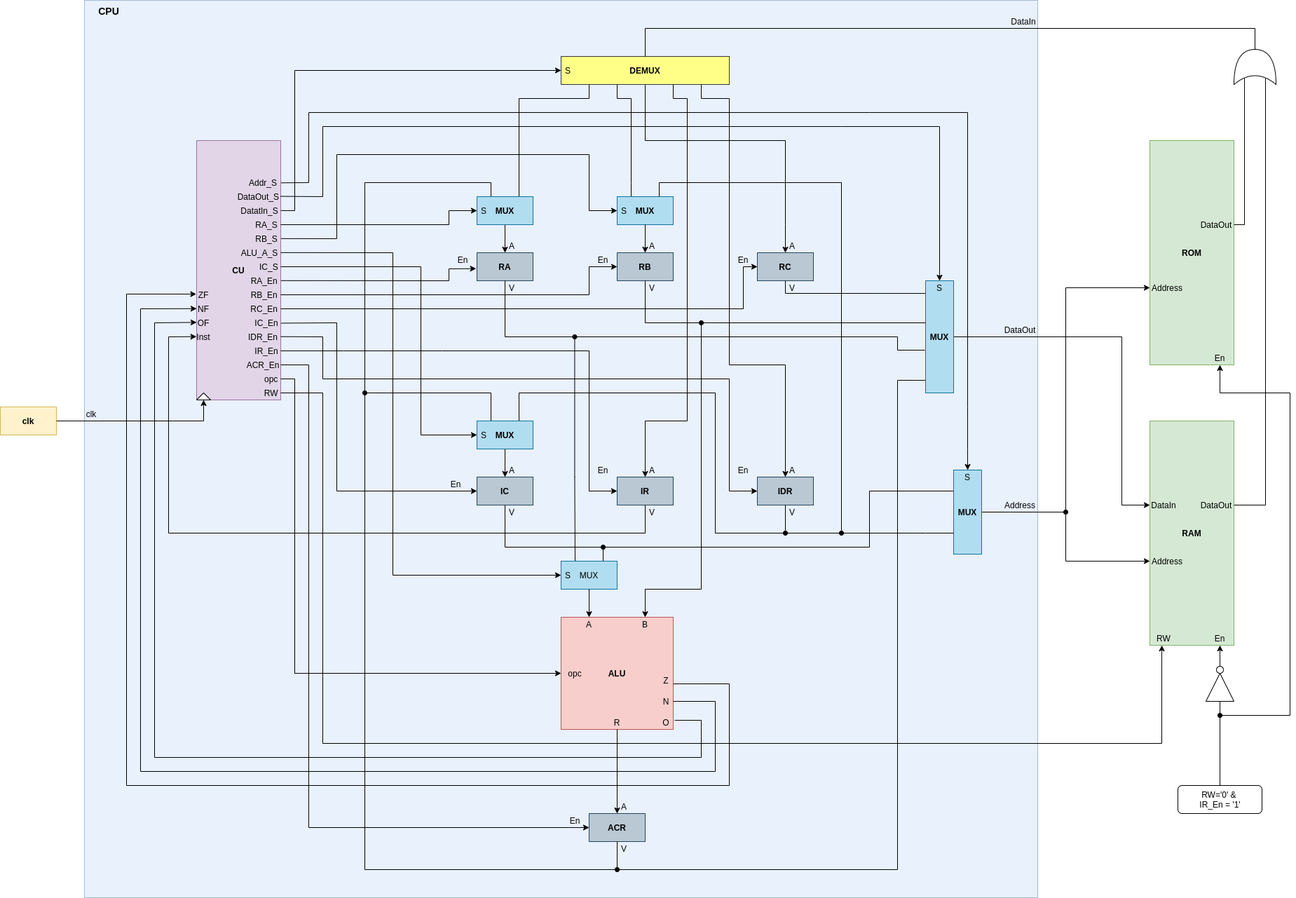
Above: other/cpu_schem.png in dma-neves/dcpu (draw.io), before the change. Source tidied: cells renumbered, new cells last; positions are measured from the earlier drawing's top-left corner, leaving out a move shared by most shapes.
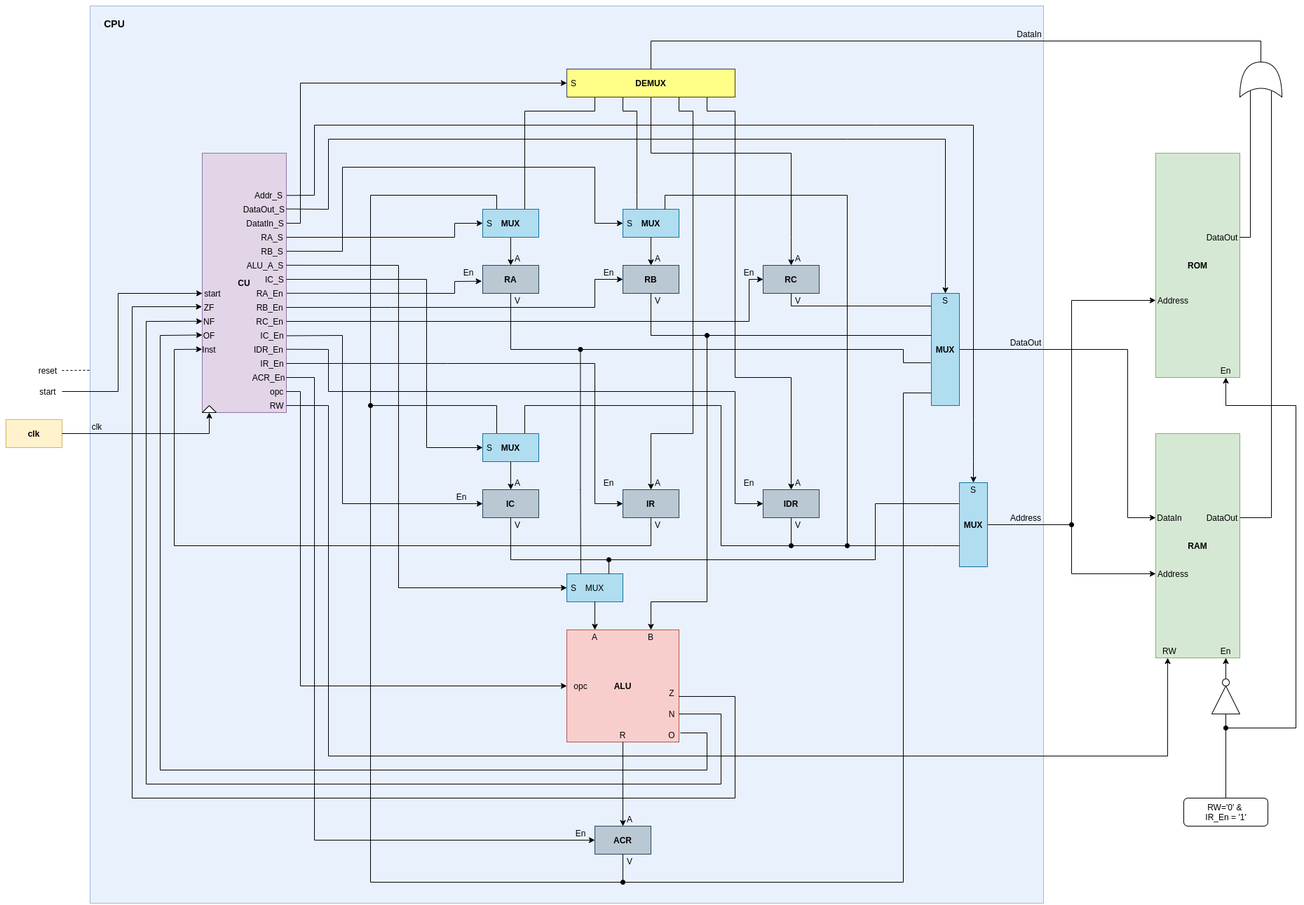
Later version of the same file.

Commit message:
Updated cpu schem

Diff of the diagram source:
```diff
@@ -3,7 +3,7 @@
     <mxCell id="0" />
     <mxCell id="1" parent="0" />
     <mxCell id="2" style="rounded=0;whiteSpace=wrap;html=1;fillColor=#dae8fc;strokeColor=#6c8ebf;opacity=60;" parent="1" vertex="1">
-      <mxGeometry x="120" width="1360" height="1280" as="geometry" />
+      <mxGeometry x="120" y="-10" width="1360" height="1280" as="geometry" />
     </mxCell>
     <mxCell id="3" style="rounded=0;whiteSpace=wrap;html=1;fillColor=#fff2cc;strokeColor=#d6b656;" parent="1" vertex="1">
       <mxGeometry y="580" width="80" height="40" as="geometry" />
@@ -786,5 +786,26 @@
     <mxCell id="168" value="DataIn" style="text;html=1;strokeColor=none;fillColor=none;align=center;verticalAlign=middle;whiteSpace=wrap;rounded=0;" parent="1" vertex="1">
       <mxGeometry x="1440" y="20" width="40" height="20" as="geometry" />
     </mxCell>
+    <mxCell id="169" value="start" style="text;html=1;strokeColor=none;fillColor=none;align=center;verticalAlign=middle;whiteSpace=wrap;rounded=0;" parent="1" vertex="1">
+      <mxGeometry x="280" y="390" width="30" height="20" as="geometry" />
+    </mxCell>
+    <mxCell id="170" style="endArrow=classic;html=1;entryX=0;entryY=0.5;entryDx=0;entryDy=0;rounded=0;" parent="1" edge="1" target="169">
+      <mxGeometry relative="1" as="geometry">
+        <mxPoint x="80" y="540" as="sourcePoint" />
+        <Array as="points">
+          <mxPoint x="160" y="540" />
+          <mxPoint x="160" y="400" />
+        </Array>
+      </mxGeometry>
+    </mxCell>
+    <mxCell id="171" value="start" style="text;html=1;strokeColor=none;fillColor=none;align=center;verticalAlign=middle;whiteSpace=wrap;rounded=0;" parent="1" vertex="1">
+      <mxGeometry x="40" y="530" width="40" height="20" as="geometry" />
+    </mxCell>
+    <mxCell id="172" value="reset" style="text;html=1;strokeColor=none;fillColor=none;align=center;verticalAlign=middle;whiteSpace=wrap;rounded=0;" parent="1" vertex="1">
+      <mxGeometry x="40" y="500" width="40" height="20" as="geometry" />
+    </mxCell>
+    <mxCell id="173" style="endArrow=none;dashed=1;html=1;exitX=1;exitY=0.5;exitDx=0;exitDy=0;entryX=0;entryY=0.406;entryDx=0;entryDy=0;entryPerimeter=0;" parent="1" edge="1" source="172" target="2">
+      <mxGeometry relative="1" as="geometry" />
+    </mxCell>
   </root>
 </mxGraphModel>
```
